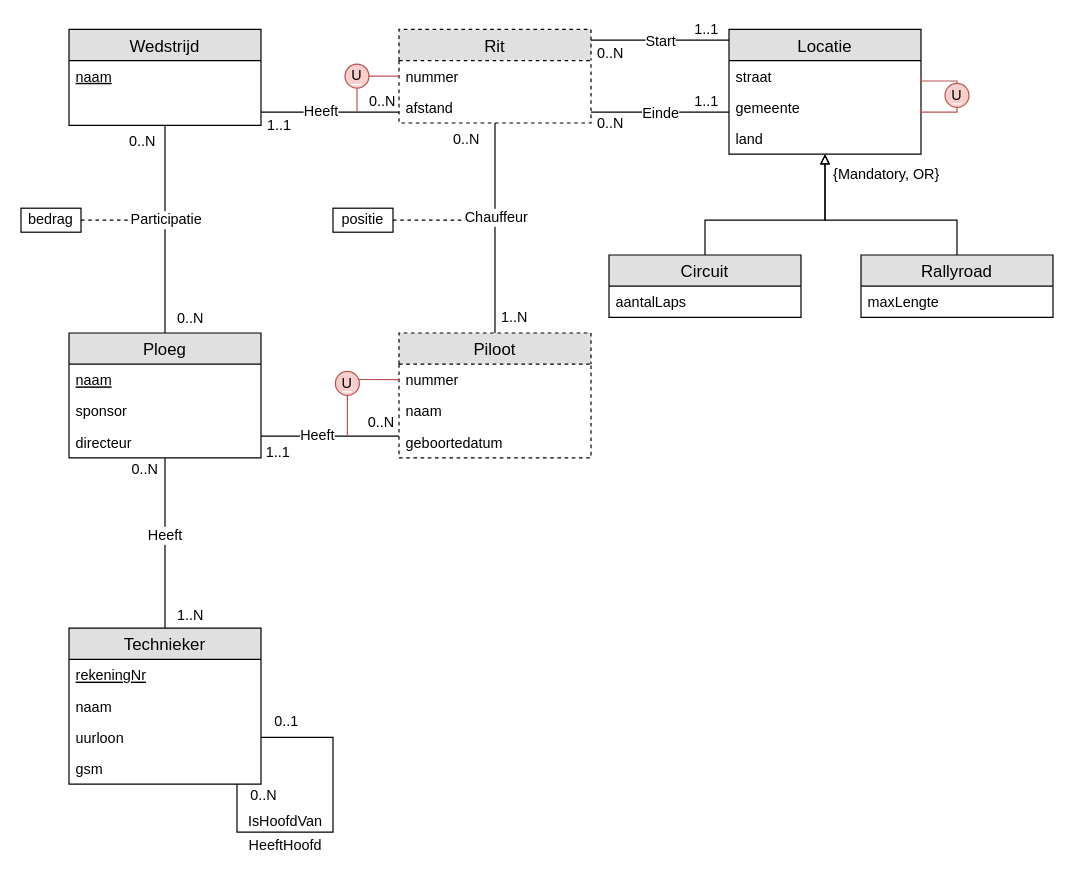
This is workshops/03-EERD/solutions/exercise-5.drawio from HOGENT-Databases/DB1-Workshops, a draw.io file, before an edit. Source tidied: cells renumbered, new cells numbered last; positions are measured from the earlier drawing's top-left corner, leaving out a move shared by most shapes. Both pictures are drawn from the tidied source at 120%, with x=0, y=0 at pixel (20, 29).
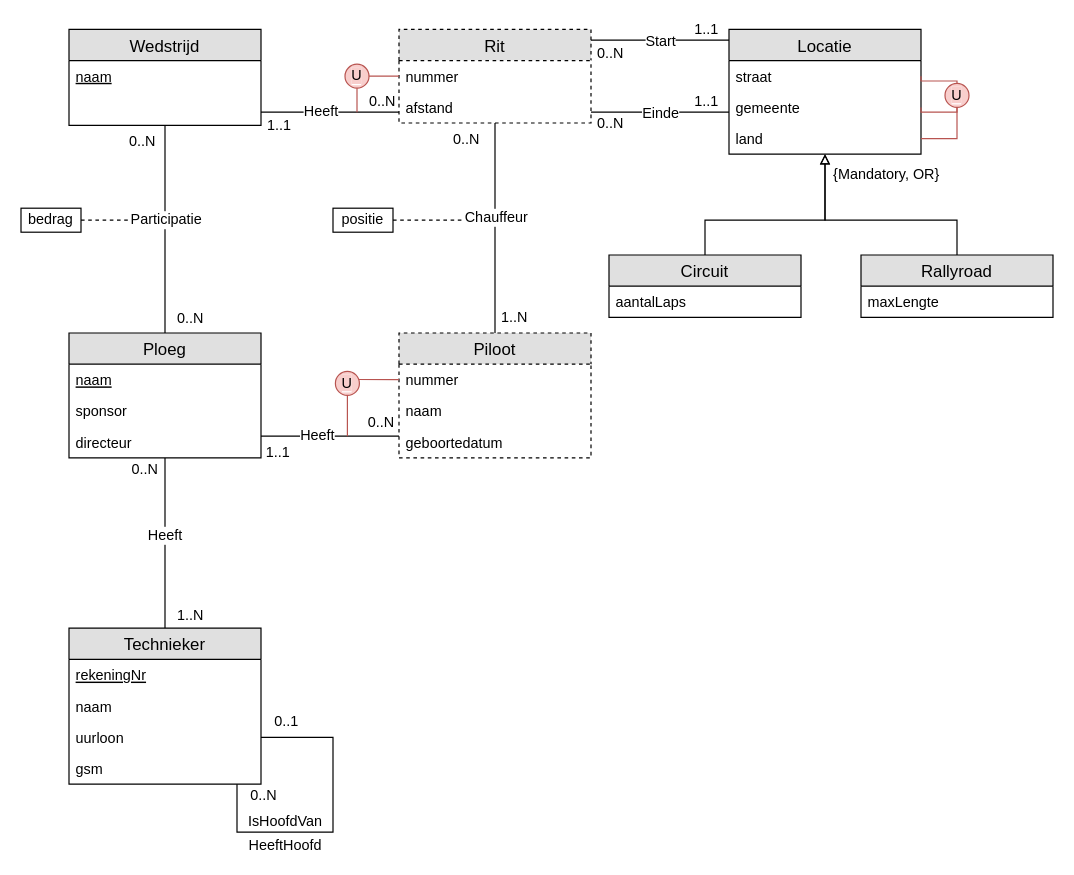
The same page after the edit.

The change refers to these unchanged cells:
```xml
<mxCell id="55" value="land" style="text;strokeColor=none;fillColor=none;spacingLeft=4;spacingRight=4;overflow=hidden;points=[[0,0.5],[1,0.5]];portConstraint=eastwest;fontSize=12;" parent="52" vertex="1">
  <mxGeometry y="78" width="160" height="26" as="geometry" />
</mxCell>
<mxCell id="69" value="&lt;span style=&quot;background-color: rgb(248 , 206 , 204)&quot;&gt;U&lt;/span&gt;" style="ellipse;whiteSpace=wrap;html=1;labelBackgroundColor=#ffffff;fillColor=#f8cecc;strokeColor=#b85450;" parent="1" vertex="1">
  <mxGeometry x="770" y="45" width="20" height="20" as="geometry" />
</mxCell>
```

What changed in the source:
```diff
@@
+    <mxCell id="77" style="edgeStyle=orthogonalEdgeStyle;rounded=0;jettySize=auto;html=1;entryX=1;entryY=0.5;entryDx=0;entryDy=0;startArrow=none;startFill=0;endArrow=none;endFill=0;fillColor=#f8cecc;strokeColor=#b85450;" parent="1" edge="1" source="69" target="55">
+      <mxGeometry relative="1" as="geometry">
+        <Array as="points">
+          <mxPoint x="780" y="91" />
+        </Array>
+      </mxGeometry>
+    </mxCell>
```
